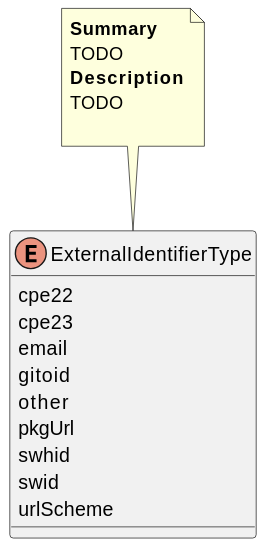
The PlantUML diagram Vocabularies/ExternalIdentifierType.svg in maxhbr/spec-parser.hs, before a commit. Source of this version:
```plantuml
@startuml
enum ExternalIdentifierType {
    cpe22
    cpe23
    email
    gitoid
    other
    pkgUrl
    swhid
    swid
    urlScheme
}
note top of ExternalIdentifierType
<b>Summary</b>
TODO
<b>Description</b>
TODO

end note
@enduml
```
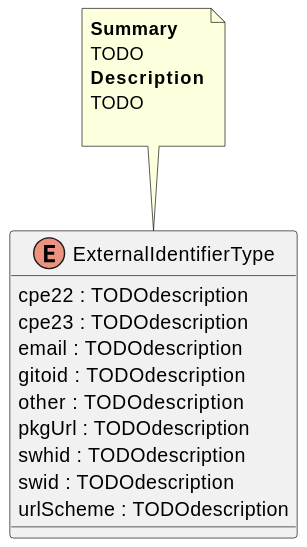
After the change.

The edit, as a diff of the source:
```diff
@@ -1,14 +1,14 @@
 @startuml
 enum ExternalIdentifierType {
-    cpe22
-    cpe23
-    email
-    gitoid
-    other
-    pkgUrl
-    swhid
-    swid
-    urlScheme
+    cpe22 : TODOdescription
+    cpe23 : TODOdescription
+    email : TODOdescription
+    gitoid : TODOdescription
+    other : TODOdescription
+    pkgUrl : TODOdescription
+    swhid : TODOdescription
+    swid : TODOdescription
+    urlScheme : TODOdescription
 }
 note top of ExternalIdentifierType
 <b>Summary</b>
```
